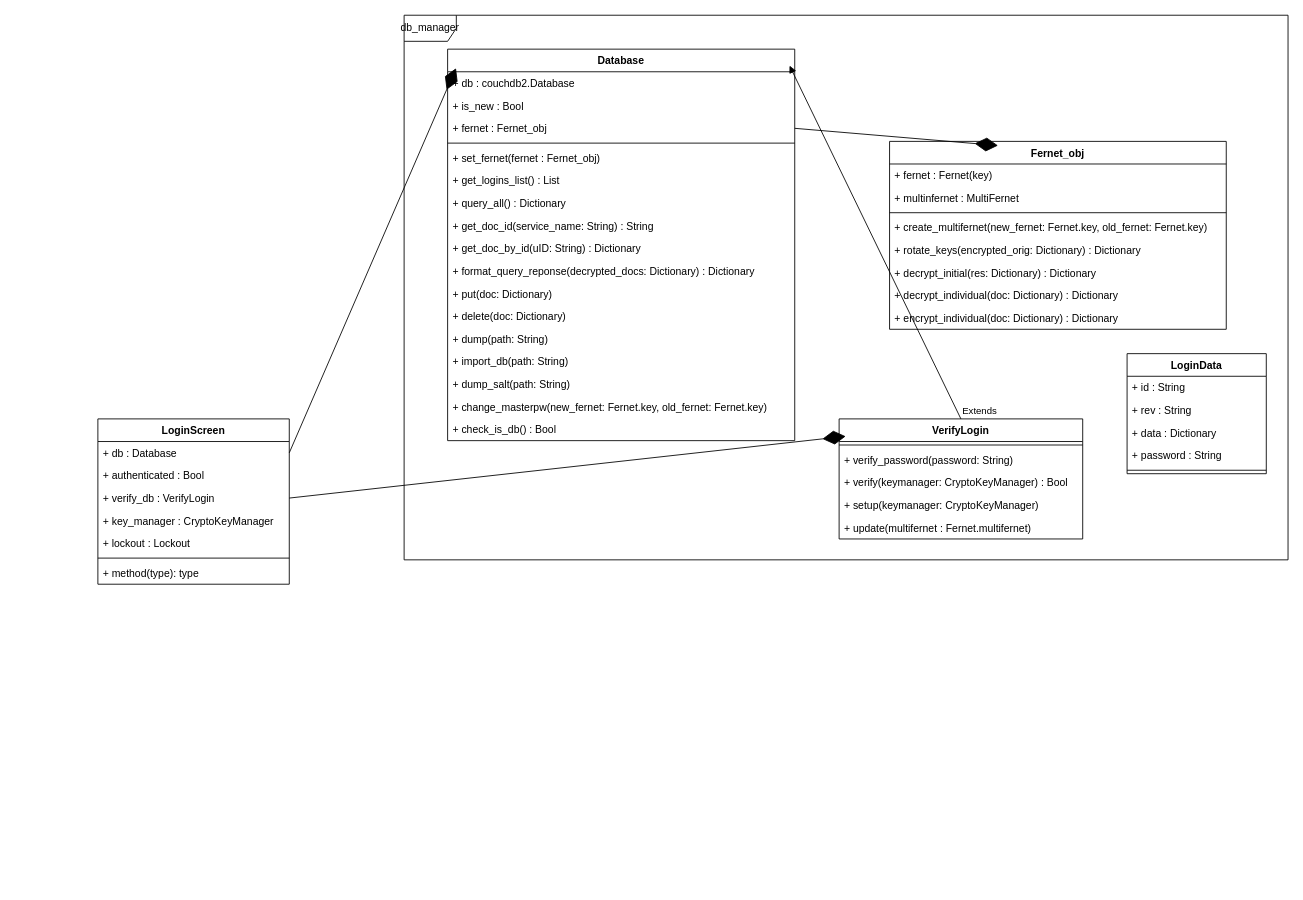
Earlier version of the draw.io diagram ClassDiagram.drawio (hoekl/password-manager). Source tidied: cells renumbered, new cells numbered last; positions are measured from the earlier drawing's top-left corner, leaving out a move shared by most shapes. Both pictures are drawn from the tidied source at 87%, with x=0, y=0 at pixel (97, 15).
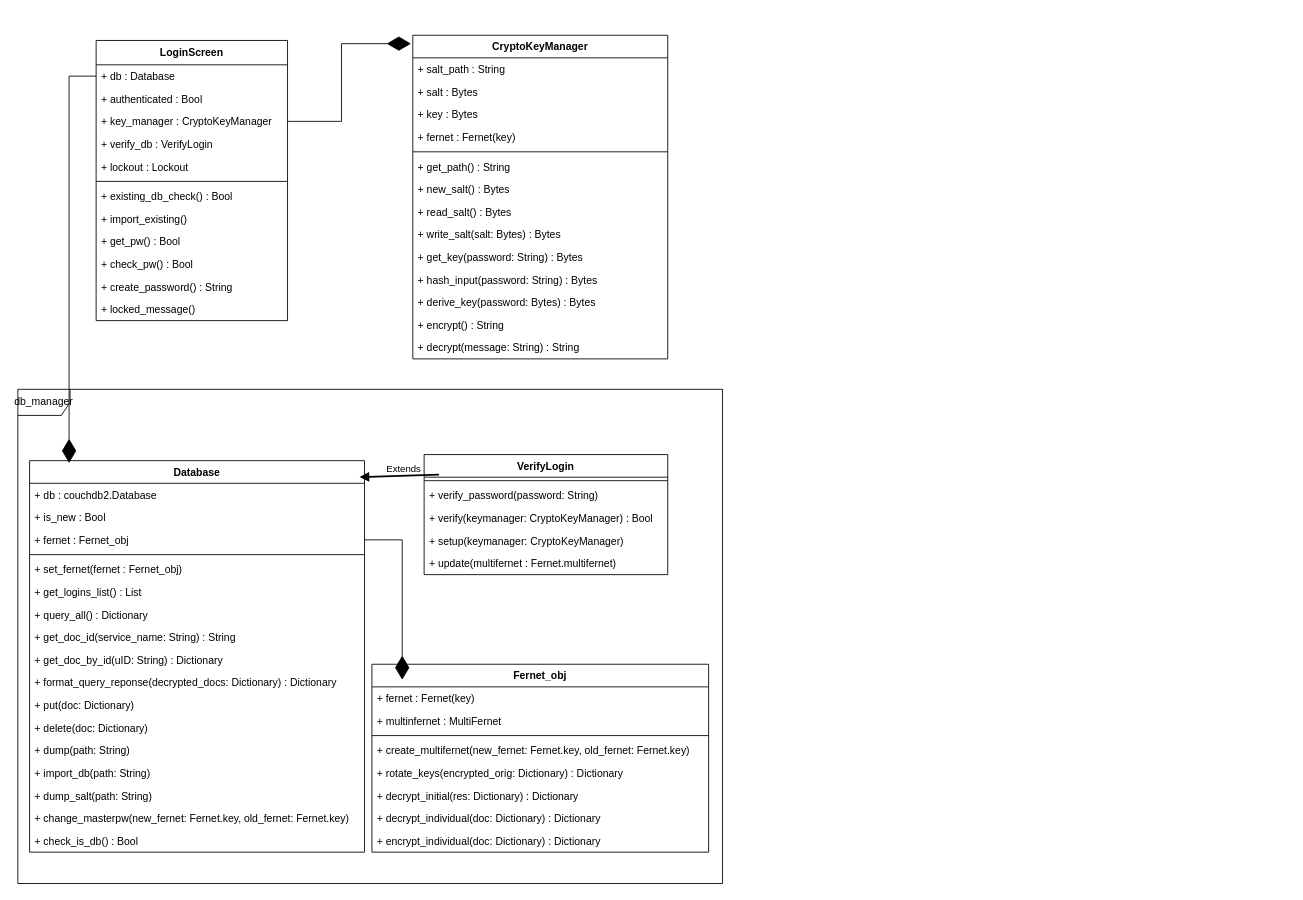
After the change.

The edit, as a diff of the source:
```diff
@@
-    <mxCell id="2" value="LoginScreen" style="swimlane;fontStyle=1;align=center;verticalAlign=top;horizontal=1;startSize=26;" parent="1" vertex="1">
-      <mxGeometry y="464" width="220" height="190" as="geometry" />
+    <mxCell id="2" value="LoginScreen" style="swimlane;fontStyle=1;align=center;verticalAlign=top;horizontal=1;startSize=28;" parent="1" vertex="1">
+      <mxGeometry x="-2" y="29" width="220" height="322" as="geometry" />
     </mxCell>
     <mxCell id="3" value="+ db : Database" style="text;strokeColor=none;fillColor=none;align=left;verticalAlign=top;spacingLeft=4;spacingRight=4;overflow=hidden;points=[[0,0.5],[1,0.5]];portConstraint=eastwest;" parent="2" vertex="1">
-      <mxGeometry y="26" width="220" height="26" as="geometry" />
+      <mxGeometry y="28" width="220" height="26" as="geometry" />
     </mxCell>
     <mxCell id="4" value="+ authenticated : Bool" style="text;strokeColor=none;fillColor=none;align=left;verticalAlign=top;spacingLeft=4;spacingRight=4;overflow=hidden;" parent="2" vertex="1">
-      <mxGeometry y="52" width="220" height="26" as="geometry" />
+      <mxGeometry y="54" width="220" height="26" as="geometry" />
     </mxCell>
+    <mxCell id="6" value="+ key_manager : CryptoKeyManager" style="text;strokeColor=none;fillColor=none;align=left;verticalAlign=top;spacingLeft=4;spacingRight=4;overflow=hidden;points=[[0,0.5],[1,0.5]];portConstraint=eastwest;" parent="2" vertex="1">
+      <mxGeometry y="80" width="220" height="26" as="geometry" />
+    </mxCell>
     <mxCell id="5" value="+ verify_db : VerifyLogin" style="text;strokeColor=none;fillColor=none;align=left;verticalAlign=top;spacingLeft=4;spacingRight=4;overflow=hidden;points=[[0,0.5],[1,0.5]];portConstraint=eastwest;" parent="2" vertex="1">
-      <mxGeometry y="78" width="220" height="26" as="geometry" />
+      <mxGeometry y="106" width="220" height="26" as="geometry" />
     </mxCell>
-    <mxCell id="6" value="+ key_manager : CryptoKeyManager" style="text;strokeColor=none;fillColor=none;align=left;verticalAlign=top;spacingLeft=4;spacingRight=4;overflow=hidden;points=[[0,0.5],[1,0.5]];portConstraint=eastwest;" parent="2" vertex="1">
-      <mxGeometry y="104" width="220" height="26" as="geometry" />
-    </mxCell>
     <mxCell id="7" value="+ lockout : Lockout" style="text;strokeColor=none;fillColor=none;align=left;verticalAlign=top;spacingLeft=4;spacingRight=4;overflow=hidden;" parent="2" vertex="1">
-      <mxGeometry y="130" width="220" height="26" as="geometry" />
+      <mxGeometry y="132" width="220" height="26" as="geometry" />
     </mxCell>
     <mxCell id="8" style="line;strokeWidth=1;fillColor=none;align=left;verticalAlign=middle;spacingTop=-1;spacingLeft=3;spacingRight=3;labelPosition=right;" parent="2" vertex="1">
-      <mxGeometry y="156" width="220" height="8" as="geometry" />
+      <mxGeometry y="158" width="220" height="8" as="geometry" />
     </mxCell>
-    <mxCell id="9" value="+ method(type): type" style="text;strokeColor=none;fillColor=none;align=left;verticalAlign=top;spacingLeft=4;spacingRight=4;overflow=hidden;" parent="2" vertex="1">
-      <mxGeometry y="164" width="220" height="26" as="geometry" />
+    <mxCell id="9" value="+ existing_db_check() : Bool" style="text;strokeColor=none;fillColor=none;align=left;verticalAlign=top;spacingLeft=4;spacingRight=4;overflow=hidden;" parent="2" vertex="1">
+      <mxGeometry y="166" width="220" height="26" as="geometry" />
     </mxCell>
+    <mxCell id="54" value="+ import_existing()" style="text;strokeColor=none;fillColor=none;align=left;verticalAlign=top;spacingLeft=4;spacingRight=4;overflow=hidden;" parent="2" vertex="1">
+      <mxGeometry y="192" width="220" height="26" as="geometry" />
+    </mxCell>
+    <mxCell id="55" value="+ get_pw() : Bool" style="text;strokeColor=none;fillColor=none;align=left;verticalAlign=top;spacingLeft=4;spacingRight=4;overflow=hidden;" parent="2" vertex="1">
+      <mxGeometry y="218" width="220" height="26" as="geometry" />
+    </mxCell>
+    <mxCell id="56" value="+ check_pw() : Bool" style="text;strokeColor=none;fillColor=none;align=left;verticalAlign=top;spacingLeft=4;spacingRight=4;overflow=hidden;" parent="2" vertex="1">
+      <mxGeometry y="244" width="220" height="26" as="geometry" />
+    </mxCell>
+    <mxCell id="57" value="+ create_password() : String" style="text;strokeColor=none;fillColor=none;align=left;verticalAlign=top;spacingLeft=4;spacingRight=4;overflow=hidden;" parent="2" vertex="1">
+      <mxGeometry y="270" width="220" height="26" as="geometry" />
+    </mxCell>
+    <mxCell id="58" value="+ locked_message()" style="text;strokeColor=none;fillColor=none;align=left;verticalAlign=top;spacingLeft=4;spacingRight=4;overflow=hidden;" parent="2" vertex="1">
+      <mxGeometry y="296" width="220" height="26" as="geometry" />
+    </mxCell>
     <mxCell id="10" value="&lt;div&gt;db_manager&lt;/div&gt;" style="shape=umlFrame;whiteSpace=wrap;html=1;" parent="1" vertex="1">
-      <mxGeometry x="352" width="1016" height="626" as="geometry" />
+      <mxGeometry x="-92" y="430" width="810" height="568" as="geometry" />
     </mxCell>
     <mxCell id="11" value="Database" style="swimlane;fontStyle=1;align=center;verticalAlign=top;horizontal=1;startSize=26;" parent="1" vertex="1">
-      <mxGeometry x="402" y="39" width="399" height="450" as="geometry" />
+      <mxGeometry x="-78.5" y="512" width="385" height="450" as="geometry" />
     </mxCell>
     <mxCell id="12" value="+ db : couchdb2.Database" style="text;strokeColor=none;fillColor=none;align=left;verticalAlign=top;spacingLeft=4;spacingRight=4;overflow=hidden;points=[[0,0.5],[1,0.5]];portConstraint=eastwest;" parent="11" vertex="1">
-      <mxGeometry y="26" width="399" height="26" as="geometry" />
+      <mxGeometry y="26" width="385" height="26" as="geometry" />
     </mxCell>
     <mxCell id="13" value="+ is_new : Bool" style="text;strokeColor=none;fillColor=none;align=left;verticalAlign=top;spacingLeft=4;spacingRight=4;overflow=hidden;" parent="11" vertex="1">
-      <mxGeometry y="52" width="399" height="26" as="geometry" />
+      <mxGeometry y="52" width="385" height="26" as="geometry" />
     </mxCell>
     <mxCell id="14" value="+ fernet : Fernet_obj" style="text;strokeColor=none;fillColor=none;align=left;verticalAlign=top;spacingLeft=4;spacingRight=4;overflow=hidden;points=[[0,0.5],[1,0.5]];portConstraint=eastwest;" parent="11" vertex="1">
-      <mxGeometry y="78" width="399" height="26" as="geometry" />
+      <mxGeometry y="78" width="385" height="26" as="geometry" />
     </mxCell>
     <mxCell id="15" style="line;strokeWidth=1;fillColor=none;align=left;verticalAlign=middle;spacingTop=-1;spacingLeft=3;spacingRight=3;labelPosition=right;" parent="11" vertex="1">
-      <mxGeometry y="104" width="399" height="8" as="geometry" />
+      <mxGeometry y="104" width="385" height="8" as="geometry" />
     </mxCell>
     <mxCell id="16" value="+ set_fernet(fernet : Fernet_obj)" style="text;strokeColor=none;fillColor=none;align=left;verticalAlign=top;spacingLeft=4;spacingRight=4;overflow=hidden;" parent="11" vertex="1">
-      <mxGeometry y="112" width="399" height="26" as="geometry" />
+      <mxGeometry y="112" width="385" height="26" as="geometry" />
     </mxCell>
     <mxCell id="17" value="+ get_logins_list() : List" style="text;strokeColor=none;fillColor=none;align=left;verticalAlign=top;spacingLeft=4;spacingRight=4;overflow=hidden;" parent="11" vertex="1">
-      <mxGeometry y="138" width="399" height="26" as="geometry" />
+      <mxGeometry y="138" width="385" height="26" as="geometry" />
     </mxCell>
     <mxCell id="18" value="+ query_all() : Dictionary" style="text;strokeColor=none;fillColor=none;align=left;verticalAlign=top;spacingLeft=4;spacingRight=4;overflow=hidden;" parent="11" vertex="1">
-      <mxGeometry y="164" width="399" height="26" as="geometry" />
+      <mxGeometry y="164" width="385" height="26" as="geometry" />
     </mxCell>
     <mxCell id="19" value="+ get_doc_id(service_name: String) : String" style="text;strokeColor=none;fillColor=none;align=left;verticalAlign=top;spacingLeft=4;spacingRight=4;overflow=hidden;" parent="11" vertex="1">
-      <mxGeometry y="190" width="399" height="26" as="geometry" />
+      <mxGeometry y="190" width="385" height="26" as="geometry" />
     </mxCell>
     <mxCell id="20" value="+ get_doc_by_id(uID: String) : Dictionary" style="text;strokeColor=none;fillColor=none;align=left;verticalAlign=top;spacingLeft=4;spacingRight=4;overflow=hidden;" parent="11" vertex="1">
-      <mxGeometry y="216" width="399" height="26" as="geometry" />
+      <mxGeometry y="216" width="385" height="26" as="geometry" />
     </mxCell>
     <mxCell id="21" value="+ format_query_reponse(decrypted_docs: Dictionary) : Dictionary" style="text;strokeColor=none;fillColor=none;align=left;verticalAlign=top;spacingLeft=4;spacingRight=4;overflow=hidden;" parent="11" vertex="1">
-      <mxGeometry y="242" width="399" height="26" as="geometry" />
+      <mxGeometry y="242" width="385" height="26" as="geometry" />
     </mxCell>
     <mxCell id="22" value="+ put(doc: Dictionary)" style="text;strokeColor=none;fillColor=none;align=left;verticalAlign=top;spacingLeft=4;spacingRight=4;overflow=hidden;" parent="11" vertex="1">
-      <mxGeometry y="268" width="399" height="26" as="geometry" />
+      <mxGeometry y="268" width="385" height="26" as="geometry" />
     </mxCell>
     <mxCell id="23" value="+ delete(doc: Dictionary)" style="text;strokeColor=none;fillColor=none;align=left;verticalAlign=top;spacingLeft=4;spacingRight=4;overflow=hidden;" parent="11" vertex="1">
-      <mxGeometry y="294" width="399" height="26" as="geometry" />
+      <mxGeometry y="294" width="385" height="26" as="geometry" />
     </mxCell>
     <mxCell id="24" value="+ dump(path: String)" style="text;strokeColor=none;fillColor=none;align=left;verticalAlign=top;spacingLeft=4;spacingRight=4;overflow=hidden;" parent="11" vertex="1">
-      <mxGeometry y="320" width="399" height="26" as="geometry" />
+      <mxGeometry y="320" width="385" height="26" as="geometry" />
     </mxCell>
     <mxCell id="25" value="+ import_db(path: String)" style="text;strokeColor=none;fillColor=none;align=left;verticalAlign=top;spacingLeft=4;spacingRight=4;overflow=hidden;" parent="11" vertex="1">
-      <mxGeometry y="346" width="399" height="26" as="geometry" />
+      <mxGeometry y="346" width="385" height="26" as="geometry" />
     </mxCell>
     <mxCell id="26" value="+ dump_salt(path: String)" style="text;strokeColor=none;fillColor=none;align=left;verticalAlign=top;spacingLeft=4;spacingRight=4;overflow=hidden;" parent="11" vertex="1">
-      <mxGeometry y="372" width="399" height="26" as="geometry" />
+      <mxGeometry y="372" width="385" height="26" as="geometry" />
     </mxCell>
     <mxCell id="27" value="+ change_masterpw(new_fernet: Fernet.key, old_fernet: Fernet.key)" style="text;strokeColor=none;fillColor=none;align=left;verticalAlign=top;spacingLeft=4;spacingRight=4;overflow=hidden;" parent="11" vertex="1">
-      <mxGeometry y="398" width="399" height="26" as="geometry" />
+      <mxGeometry y="398" width="385" height="26" as="geometry" />
     </mxCell>
     <mxCell id="28" value="+ check_is_db() : Bool" style="text;strokeColor=none;fillColor=none;align=left;verticalAlign=top;spacingLeft=4;spacingRight=4;overflow=hidden;" parent="11" vertex="1">
-      <mxGeometry y="424" width="399" height="26" as="geometry" />
+      <mxGeometry y="424" width="385" height="26" as="geometry" />
     </mxCell>
-    <mxCell id="29" style="endArrow=diamondThin;endFill=1;endSize=24;html=1;entryX=0.024;entryY=-0.156;entryDx=0;entryDy=0;entryPerimeter=0;exitX=1;exitY=0.5;exitDx=0;exitDy=0;" parent="1" edge="1" source="3" target="12">
-      <mxGeometry relative="1" as="geometry" />
-    </mxCell>
     <mxCell id="30" value="VerifyLogin" style="swimlane;fontStyle=1;align=center;verticalAlign=top;horizontal=1;startSize=26;" parent="1" vertex="1">
-      <mxGeometry x="852" y="464" width="280" height="138" as="geometry" />
+      <mxGeometry x="375" y="505" width="280" height="138" as="geometry" />
     </mxCell>
@@
-    <mxCell id="36" value="&lt;div&gt;Extends&lt;/div&gt;" style="html=1;verticalAlign=bottom;labelBackgroundColor=none;endArrow=block;endFill=1;endSize=6;align=left;exitX=0.5;exitY=0;exitDx=0;exitDy=0;entryX=0.985;entryY=0.042;entryDx=0;entryDy=0;entryPerimeter=0;" parent="1" edge="1" source="30" target="11">
-      <mxGeometry x="-1" relative="1" as="geometry" />
+    <mxCell id="36" value="&lt;div&gt;Extends&lt;/div&gt;" style="html=1;verticalAlign=bottom;labelBackgroundColor=none;endArrow=block;endFill=1;endSize=6;align=left;entryX=0.985;entryY=0.042;entryDx=0;entryDy=0;entryPerimeter=0;strokeWidth=2;exitX=0.061;exitY=0.167;exitDx=0;exitDy=0;exitPerimeter=0;" parent="1" edge="1" source="30" target="11">
+      <mxGeometry x="0.36" y="1" relative="1" as="geometry" />
     </mxCell>
-    <mxCell id="37" style="endArrow=diamondThin;endFill=1;endSize=24;html=1;entryX=0.027;entryY=0.145;entryDx=0;entryDy=0;entryPerimeter=0;exitX=1;exitY=0.5;exitDx=0;exitDy=0;" parent="1" edge="1" source="5" target="30">
-      <mxGeometry relative="1" as="geometry" />
-    </mxCell>
     <mxCell id="38" value="Fernet_obj" style="swimlane;fontStyle=1;align=center;verticalAlign=top;horizontal=1;startSize=26;" parent="1" vertex="1">
-      <mxGeometry x="910" y="145" width="387" height="216" as="geometry" />
+      <mxGeometry x="315" y="746" width="387" height="216" as="geometry" />
     </mxCell>
@@
+    <mxCell id="59" style="edgeStyle=orthogonalEdgeStyle;rounded=0;jettySize=auto;html=1;exitX=0;exitY=0.5;exitDx=0;exitDy=0;startArrow=none;startFill=0;endArrow=diamondThin;endFill=1;endSize=25;sourcePerimeterSpacing=0;targetPerimeterSpacing=0;strokeWidth=1;entryX=0.118;entryY=0.006;entryDx=0;entryDy=0;entryPerimeter=0;" parent="1" edge="1" source="3" target="11">
+      <mxGeometry relative="1" as="geometry">
+        <Array as="points">
+          <mxPoint x="-33" y="70" />
+        </Array>
+      </mxGeometry>
+    </mxCell>
+    <mxCell id="60" value="CryptoKeyManager" style="swimlane;fontStyle=1;align=center;verticalAlign=top;horizontal=1;startSize=26;" parent="1" vertex="1">
+      <mxGeometry x="362" y="23" width="293" height="372" as="geometry" />
+    </mxCell>
+    <mxCell id="61" value="+ salt_path : String" style="text;strokeColor=none;fillColor=none;align=left;verticalAlign=top;spacingLeft=4;spacingRight=4;overflow=hidden;" parent="60" vertex="1">
+      <mxGeometry y="26" width="293" height="26" as="geometry" />
+    </mxCell>
+    <mxCell id="62" value="+ salt : Bytes" style="text;strokeColor=none;fillColor=none;align=left;verticalAlign=top;spacingLeft=4;spacingRight=4;overflow=hidden;" parent="60" vertex="1">
+      <mxGeometry y="52" width="293" height="26" as="geometry" />
+    </mxCell>
+    <mxCell id="63" value="+ key : Bytes" style="text;strokeColor=none;fillColor=none;align=left;verticalAlign=top;spacingLeft=4;spacingRight=4;overflow=hidden;" parent="60" vertex="1">
+      <mxGeometry y="78" width="293" height="26" as="geometry" />
+    </mxCell>
+    <mxCell id="64" value="+ fernet : Fernet(key)" style="text;strokeColor=none;fillColor=none;align=left;verticalAlign=top;spacingLeft=4;spacingRight=4;overflow=hidden;" parent="60" vertex="1">
+      <mxGeometry y="104" width="293" height="26" as="geometry" />
+    </mxCell>
+    <mxCell id="65" style="line;strokeWidth=1;fillColor=none;align=left;verticalAlign=middle;spacingTop=-1;spacingLeft=3;spacingRight=3;labelPosition=right;" parent="60" vertex="1">
+      <mxGeometry y="130" width="293" height="8" as="geometry" />
+    </mxCell>
+    <mxCell id="66" value="+ get_path() : String    " style="text;strokeColor=none;fillColor=none;align=left;verticalAlign=top;spacingLeft=4;spacingRight=4;overflow=hidden;" parent="60" vertex="1">
+      <mxGeometry y="138" width="293" height="26" as="geometry" />
+    </mxCell>
+    <mxCell id="67" value="+ new_salt() : Bytes" style="text;strokeColor=none;fillColor=none;align=left;verticalAlign=top;spacingLeft=4;spacingRight=4;overflow=hidden;" parent="60" vertex="1">
+      <mxGeometry y="164" width="293" height="26" as="geometry" />
+    </mxCell>
+    <mxCell id="68" value="+ read_salt() : Bytes" style="text;strokeColor=none;fillColor=none;align=left;verticalAlign=top;spacingLeft=4;spacingRight=4;overflow=hidden;" parent="60" vertex="1">
+      <mxGeometry y="190" width="293" height="26" as="geometry" />
+    </mxCell>
+    <mxCell id="69" value="+ write_salt(salt: Bytes) : Bytes" style="text;strokeColor=none;fillColor=none;align=left;verticalAlign=top;spacingLeft=4;spacingRight=4;overflow=hidden;" parent="60" vertex="1">
+      <mxGeometry y="216" width="293" height="26" as="geometry" />
+    </mxCell>
+    <mxCell id="70" value="+ get_key(password: String) : Bytes" style="text;strokeColor=none;fillColor=none;align=left;verticalAlign=top;spacingLeft=4;spacingRight=4;overflow=hidden;" parent="60" vertex="1">
+      <mxGeometry y="242" width="293" height="26" as="geometry" />
+    </mxCell>
+    <mxCell id="71" value="+ hash_input(password: String) : Bytes" style="text;strokeColor=none;fillColor=none;align=left;verticalAlign=top;spacingLeft=4;spacingRight=4;overflow=hidden;" parent="60" vertex="1">
+      <mxGeometry y="268" width="293" height="26" as="geometry" />
+    </mxCell>
+    <mxCell id="72" value="+ derive_key(password: Bytes) : Bytes" style="text;strokeColor=none;fillColor=none;align=left;verticalAlign=top;spacingLeft=4;spacingRight=4;overflow=hidden;" parent="60" vertex="1">
+      <mxGeometry y="294" width="293" height="26" as="geometry" />
+    </mxCell>
+    <mxCell id="73" value="+ encrypt() : String" style="text;strokeColor=none;fillColor=none;align=left;verticalAlign=top;spacingLeft=4;spacingRight=4;overflow=hidden;" parent="60" vertex="1">
+      <mxGeometry y="320" width="293" height="26" as="geometry" />
+    </mxCell>
+    <mxCell id="74" value="+ decrypt(message: String) : String" style="text;strokeColor=none;fillColor=none;align=left;verticalAlign=top;spacingLeft=4;spacingRight=4;overflow=hidden;" parent="60" vertex="1">
+      <mxGeometry y="346" width="293" height="26" as="geometry" />
+    </mxCell>
+    <mxCell id="75" style="edgeStyle=orthogonalEdgeStyle;rounded=0;jettySize=auto;html=1;exitX=1;exitY=0.5;exitDx=0;exitDy=0;entryX=-0.007;entryY=0.026;entryDx=0;entryDy=0;entryPerimeter=0;startArrow=none;startFill=0;endArrow=diamondThin;endFill=1;endSize=25;sourcePerimeterSpacing=0;targetPerimeterSpacing=0;strokeWidth=1;" parent="1" edge="1" source="6" target="60">
+      <mxGeometry relative="1" as="geometry" />
+    </mxCell>
-    <mxCell id="47" style="endArrow=diamondThin;endFill=1;endSize=24;html=1;entryX=0.322;entryY=0.022;entryDx=0;entryDy=0;entryPerimeter=0;exitX=1;exitY=0.5;exitDx=0;exitDy=0;" parent="1" edge="1" source="14" target="38">
+    <mxCell id="47" style="edgeStyle=orthogonalEdgeStyle;rounded=0;jettySize=auto;html=1;exitX=1;exitY=0.5;exitDx=0;exitDy=0;entryX=0.09;entryY=0.083;entryDx=0;entryDy=0;entryPerimeter=0;startArrow=none;startFill=0;endArrow=diamondThin;endFill=1;endSize=25;sourcePerimeterSpacing=0;targetPerimeterSpacing=0;strokeWidth=1;" parent="1" edge="1" source="14" target="38">
       <mxGeometry relative="1" as="geometry" />
     </mxCell>
-    <mxCell id="48" value="LoginData" style="swimlane;fontStyle=1;align=center;verticalAlign=top;horizontal=1;startSize=26;" parent="1" vertex="1">
-      <mxGeometry x="1183" y="389" width="160" height="138" as="geometry" />
-    </mxCell>
-    <mxCell id="49" value="+ id : String" style="text;strokeColor=none;fillColor=none;align=left;verticalAlign=top;spacingLeft=4;spacingRight=4;overflow=hidden;" parent="48" vertex="1">
-      <mxGeometry y="26" width="160" height="26" as="geometry" />
-    </mxCell>
-    <mxCell id="50" value="+ rev : String" style="text;strokeColor=none;fillColor=none;align=left;verticalAlign=top;spacingLeft=4;spacingRight=4;overflow=hidden;" parent="48" vertex="1">
-      <mxGeometry y="52" width="160" height="26" as="geometry" />
-    </mxCell>
-    <mxCell id="51" value="+ data : Dictionary" style="text;strokeColor=none;fillColor=none;align=left;verticalAlign=top;spacingLeft=4;spacingRight=4;overflow=hidden;" parent="48" vertex="1">
-      <mxGeometry y="78" width="160" height="26" as="geometry" />
-    </mxCell>
-    <mxCell id="52" value="+ password : String" style="text;strokeColor=none;fillColor=none;align=left;verticalAlign=top;spacingLeft=4;spacingRight=4;overflow=hidden;" parent="48" vertex="1">
-      <mxGeometry y="104" width="160" height="26" as="geometry" />
-    </mxCell>
-    <mxCell id="53" style="line;strokeWidth=1;fillColor=none;align=left;verticalAlign=middle;spacingTop=-1;spacingLeft=3;spacingRight=3;labelPosition=right;" parent="48" vertex="1">
-      <mxGeometry y="130" width="160" height="8" as="geometry" />
-    </mxCell>
```
